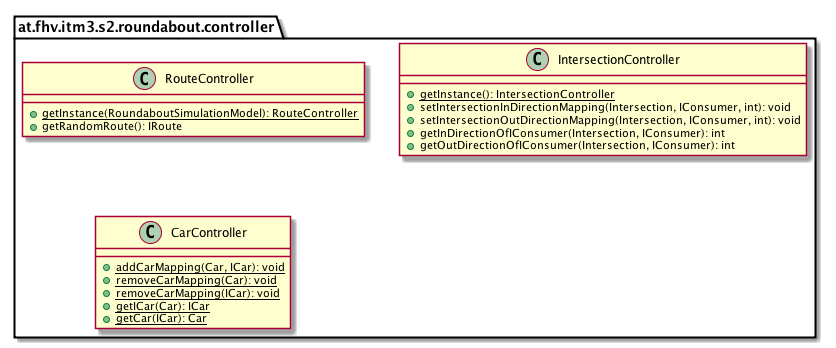
Earlier version of the PlantUML export images/uml-class/at.fhv.itm3.s2.roundabout.controller.package.png (sereGkaluv/Roundabout-Simulation-Library).
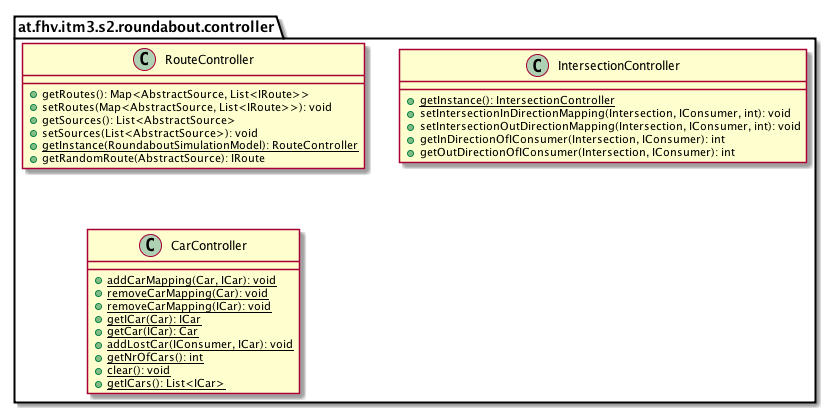
After the commit.

What changed in the source:
```diff
@@ -3,8 +3,12 @@
     namespace at.fhv.itm3.s2.roundabout.controller {
 
         class RouteController [[../../../../../at/fhv/itm3/s2/roundabout/controller/RouteController.html]] {
+            +getRoutes(): Map<AbstractSource, List<IRoute>>
+            +setRoutes(Map<AbstractSource, List<IRoute>>): void
+            +getSources(): List<AbstractSource>
+            +setSources(List<AbstractSource>): void
             {static} +getInstance(RoundaboutSimulationModel): RouteController
-            +getRandomRoute(): IRoute
+            +getRandomRoute(AbstractSource): IRoute
         }
 
         class IntersectionController [[../../../../../at/fhv/itm3/s2/roundabout/controller/IntersectionController.html]] {
@@ -21,6 +25,10 @@
             {static} +removeCarMapping(ICar): void
             {static} +getICar(Car): ICar
             {static} +getCar(ICar): Car
+            {static} +addLostCar(IConsumer, ICar): void
+            {static} +getNrOfCars(): int
+            {static} +clear(): void
+            {static} +getICars(): List<ICar>
         }
 
     }
```
